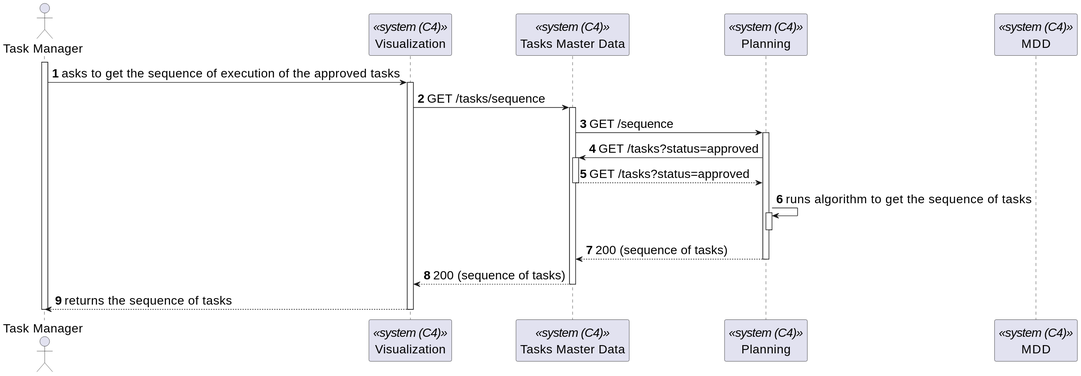
The PlantUML diagram _wiki/sprint-c/us-500/views/level-2/assets/process-view.svg in miseEnPlace-dev/lapr5, before a commit.
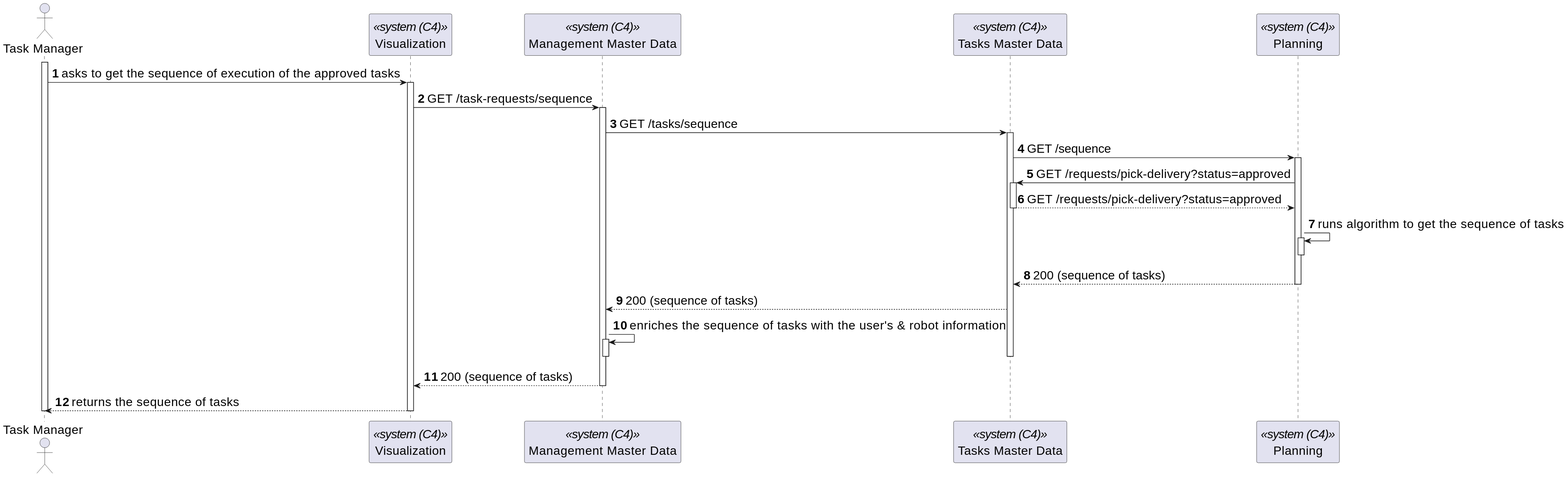
Later version of the same file.

What changed in the source:
```diff
@@ -3,30 +3,37 @@
 autonumber
 actor TM as "Task Manager"
 participant UI as "Visualization" <<system (C4)>>
+participant MMD as "Management Master Data" <<system (C4)>>
 participant TMD as "Tasks Master Data" <<system (C4)>>
 participant P as "Planning" <<system (C4)>>
-participant MDD as "MDD" <<system (C4)>>
 
 activate TM
 
 TM -> UI : asks to get the sequence of execution of the approved tasks
 activate UI
 
-UI -> TMD : GET /tasks/sequence
+UI -> MMD : GET /task-requests/sequence
+activate MMD
+MMD -> TMD : GET /tasks/sequence
 activate TMD
 TMD -> P : GET /sequence
 activate P
-P -> TMD : GET /tasks?status=approved
+P -> TMD : GET /requests/pick-delivery?status=approved
 activate TMD
-TMD --> P : GET /tasks?status=approved
+TMD --> P : GET /requests/pick-delivery?status=approved
 deactivate TMD
 P -> P : runs algorithm to get the sequence of tasks
 activate P
 deactivate P
 P --> TMD : 200 (sequence of tasks)
 deactivate P
-TMD --> UI : 200 (sequence of tasks)
+TMD --> MMD : 200 (sequence of tasks)
+MMD -> MMD : enriches the sequence of tasks with the user's & robot information
+activate MMD
+deactivate MMD
 deactivate TMD
+MMD --> UI : 200 (sequence of tasks)
+deactivate MMD
 
 TM <-- UI : returns the sequence of tasks
 deactivate UI
```
